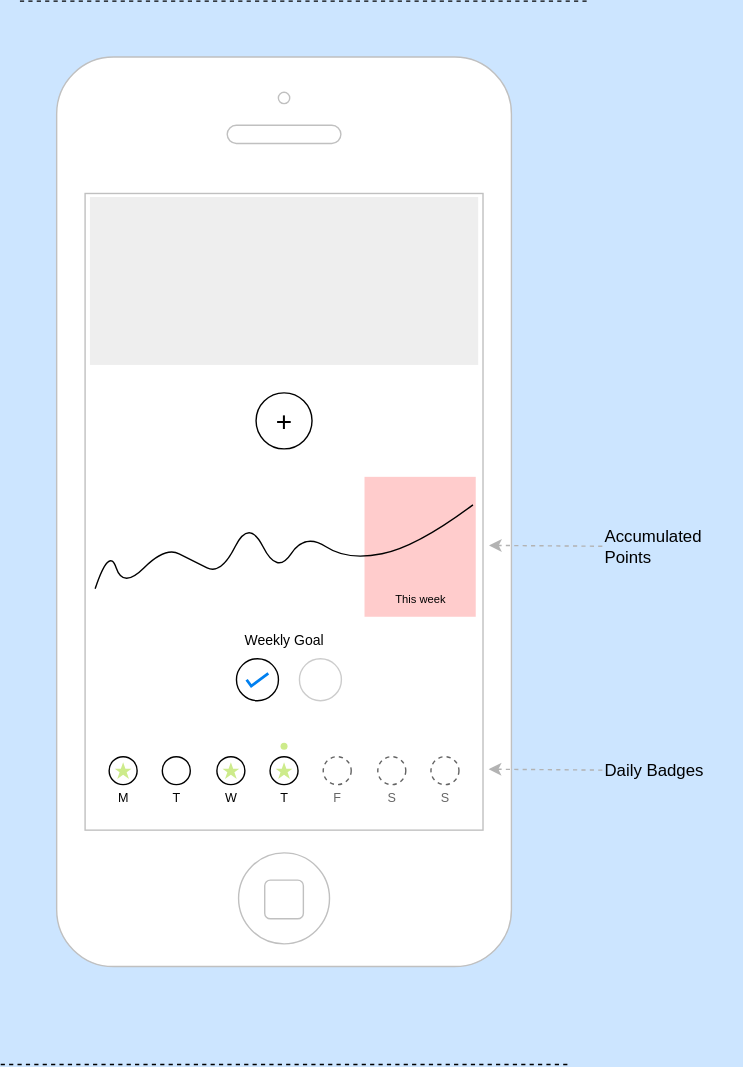
The draw.io diagram docs/drawings/badges-ui.drawio.svg in nicolasances/tome, before a commit. Source tidied: cells renumbered, new cells last; positions are measured from the earlier drawing's top-left corner, leaving out a move shared by most shapes.
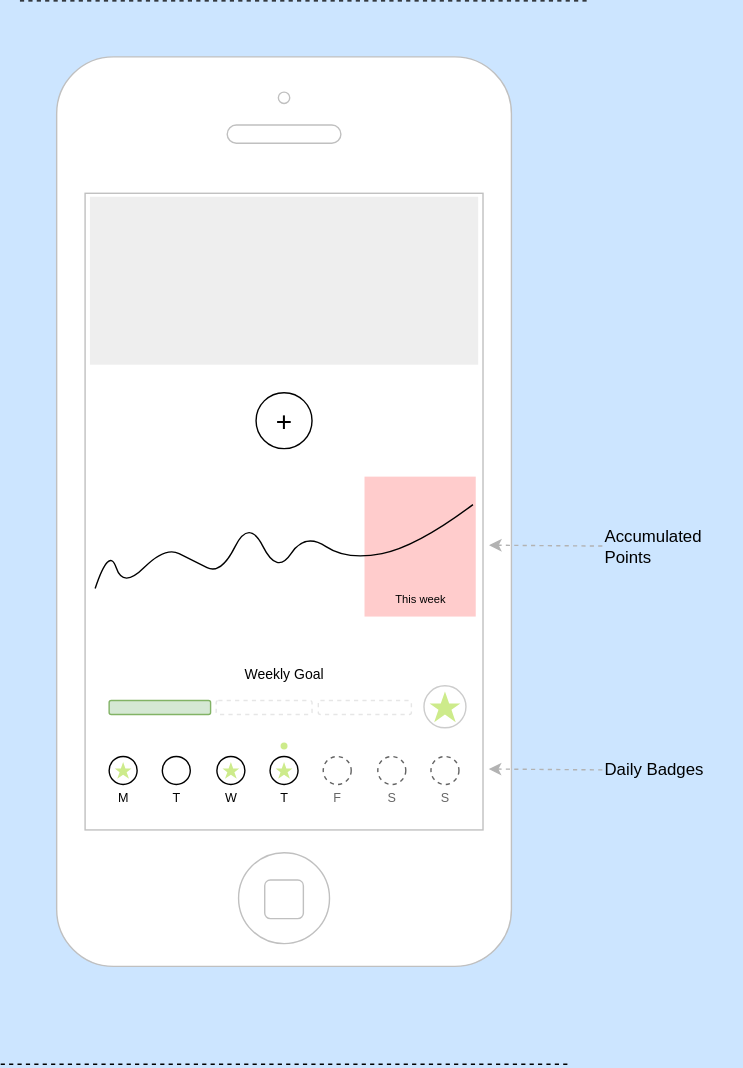
After the commit.

Diff of the diagram source:
```diff
@@ -68,18 +68,12 @@
     <mxCell id="23" value="&lt;font style=&quot;font-size: 20px;&quot;&gt;+&lt;/font&gt;" style="ellipse;whiteSpace=wrap;html=1;rounded=0;" parent="1" vertex="1">
       <mxGeometry x="182.5" y="280" width="40" height="40" as="geometry" />
     </mxCell>
-    <mxCell id="24" style="ellipse;whiteSpace=wrap;html=1;rounded=0;" parent="1" vertex="1">
-      <mxGeometry x="168.5" y="470" width="30" height="30" as="geometry" />
-    </mxCell>
     <mxCell id="25" style="ellipse;whiteSpace=wrap;html=1;fontColor=#CCCCCC;strokeColor=#CCCCCC;rounded=0;" parent="1" vertex="1">
-      <mxGeometry x="213.5" y="470" width="30" height="30" as="geometry" />
+      <mxGeometry x="302.5" y="489.5" width="30" height="30" as="geometry" />
     </mxCell>
     <mxCell id="26" value="&lt;sup&gt;Weekly Goal&lt;/sup&gt;" style="text;html=1;align=center;verticalAlign=middle;whiteSpace=wrap;rounded=0;" parent="1" vertex="1">
-      <mxGeometry x="152.5" y="450" width="100" height="20" as="geometry" />
+      <mxGeometry x="152.5" y="473.5" width="100" height="20" as="geometry" />
     </mxCell>
-    <mxCell id="27" style="html=1;verticalLabelPosition=bottom;labelBackgroundColor=#ffffff;verticalAlign=top;shadow=0;dashed=0;strokeWidth=2;shape=mxgraph.ios7.misc.check;strokeColor=#0080f0;rounded=0;" parent="1" vertex="1">
-      <mxGeometry x="175.8" y="480.5" width="15.5" height="9" as="geometry" />
-    </mxCell>
     <mxCell id="28" style="rounded=0;whiteSpace=wrap;html=1;fillColor=#ffcccc;strokeColor=none;arcSize=14;" parent="1" vertex="1">
       <mxGeometry x="260" y="340" width="79.5" height="100" as="geometry" />
     </mxCell>
@@ -127,5 +121,17 @@
         <mxPoint x="406.2" y="760" as="targetPoint" />
       </mxGeometry>
     </mxCell>
+    <mxCell id="36" style="rounded=1;whiteSpace=wrap;html=1;fillColor=#d5e8d4;strokeColor=#82b366;" parent="1" vertex="1">
+      <mxGeometry x="77.5" y="500" width="72.5" height="10" as="geometry" />
+    </mxCell>
+    <mxCell id="37" style="rounded=1;whiteSpace=wrap;html=1;strokeColor=#E6E6E6;dashed=1;" parent="1" vertex="1">
+      <mxGeometry x="154" y="500" width="68.5" height="10" as="geometry" />
+    </mxCell>
+    <mxCell id="38" style="rounded=1;whiteSpace=wrap;html=1;strokeColor=#E6E6E6;dashed=1;" parent="1" vertex="1">
+      <mxGeometry x="227" y="500" width="66.5" height="10" as="geometry" />
+    </mxCell>
+    <mxCell id="39" style="html=1;verticalLabelPosition=bottom;labelBackgroundColor=#ffffff;verticalAlign=top;shadow=0;dashed=0;strokeWidth=2;shape=mxgraph.ios7.misc.star;fillColor=#cdeb8b;strokeColor=#36393d;rounded=0;" parent="1" vertex="1">
+      <mxGeometry x="306.5" y="493.5" width="22" height="22" as="geometry" />
+    </mxCell>
   </root>
 </mxGraphModel>
```
